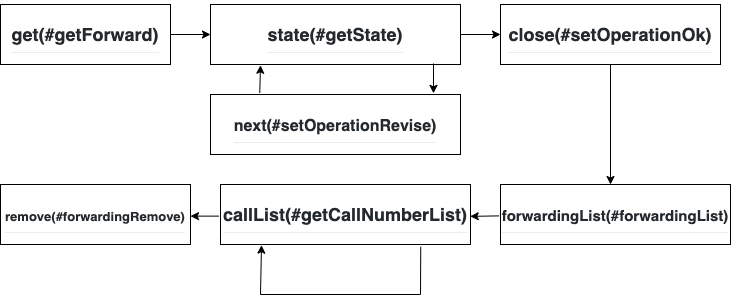
s00d/onlinesim-php-api keeps this draw.io diagram as Diagrams/GetForward.png. Above is the earlier version. Source tidied: cells renumbered, new cells last; positions are measured from the earlier drawing's top-left corner, leaving out a move shared by most shapes.
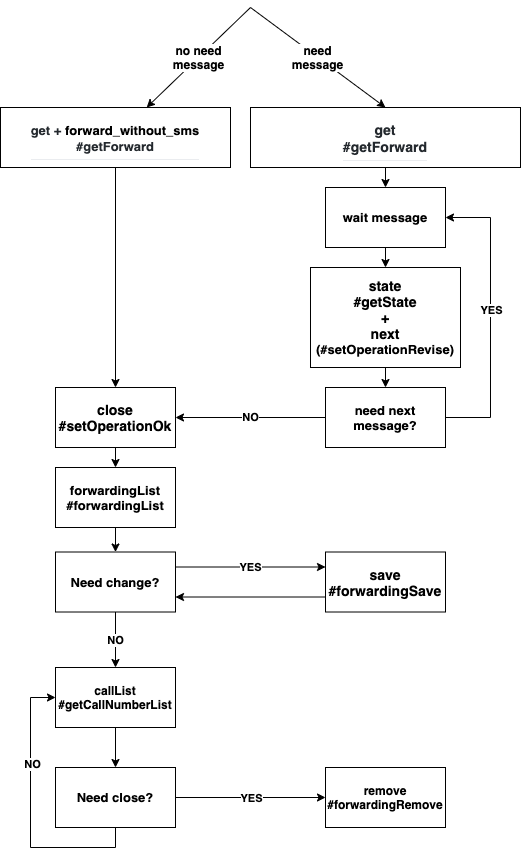
After the commit.

The edit, as a diff of the source:
```diff
@@ -2,67 +2,138 @@
   <root>
     <mxCell id="0" />
     <mxCell id="1" parent="0" />
-    <mxCell id="2" value="&lt;h2 style=&quot;box-sizing: border-box ; margin-top: 24px ; margin-bottom: 16px ; line-height: 1.25 ; padding-bottom: 0.3em ; border-bottom: 1px solid rgb(234 , 236 , 239) ; color: rgb(36 , 41 , 46) ; font-family: , , &amp;#34;segoe ui&amp;#34; , &amp;#34;helvetica&amp;#34; , &amp;#34;arial&amp;#34; , sans-serif , &amp;#34;apple color emoji&amp;#34; , &amp;#34;segoe ui emoji&amp;#34; ; background-color: rgb(255 , 255 , 255)&quot;&gt;get(#getForward)&lt;/h2&gt;" style="rounded=0;whiteSpace=wrap;html=1;" parent="1" vertex="1">
-      <mxGeometry width="170" height="60" as="geometry" />
-    </mxCell>
-    <mxCell id="3" value="&lt;h2 style=&quot;box-sizing: border-box ; margin-top: 24px ; margin-bottom: 16px ; line-height: 1.25 ; padding-bottom: 0.3em ; border-bottom: 1px solid rgb(234 , 236 , 239) ; color: rgb(36 , 41 , 46) ; font-family: , , &amp;#34;segoe ui&amp;#34; , &amp;#34;helvetica&amp;#34; , &amp;#34;arial&amp;#34; , sans-serif , &amp;#34;apple color emoji&amp;#34; , &amp;#34;segoe ui emoji&amp;#34; ; background-color: rgb(255 , 255 , 255)&quot;&gt;state(#getState)&lt;/h2&gt;" style="rounded=0;whiteSpace=wrap;html=1;" parent="1" vertex="1">
-      <mxGeometry x="210" width="250" height="60" as="geometry" />
-    </mxCell>
-    <mxCell id="4" value="&lt;h2 style=&quot;box-sizing: border-box ; margin-top: 24px ; margin-bottom: 16px ; line-height: 1.25 ; padding-bottom: 0.3em ; border-bottom: 1px solid rgb(234 , 236 , 239) ; color: rgb(36 , 41 , 46) ; font-family: , , &amp;#34;segoe ui&amp;#34; , &amp;#34;helvetica&amp;#34; , &amp;#34;arial&amp;#34; , sans-serif , &amp;#34;apple color emoji&amp;#34; , &amp;#34;segoe ui emoji&amp;#34; ; background-color: rgb(255 , 255 , 255)&quot;&gt;close(#setOperationOk)&lt;/h2&gt;" style="rounded=0;whiteSpace=wrap;html=1;" parent="1" vertex="1">
-      <mxGeometry x="500" width="220" height="60" as="geometry" />
-    </mxCell>
-    <mxCell id="5" value="&lt;h2 style=&quot;box-sizing: border-box ; margin-top: 24px ; margin-bottom: 16px ; line-height: 1.25 ; padding-bottom: 0.3em ; border-bottom: 1px solid rgb(234 , 236 , 239) ; color: rgb(36 , 41 , 46) ; background-color: rgb(255 , 255 , 255)&quot;&gt;&lt;font style=&quot;font-size: 16px&quot;&gt;next(#setOperationRevise)&lt;/font&gt;&lt;/h2&gt;" style="rounded=0;whiteSpace=wrap;html=1;" parent="1" vertex="1">
-      <mxGeometry x="210" y="90" width="250" height="60" as="geometry" />
-    </mxCell>
-    <mxCell id="6" style="endArrow=classic;html=1;exitX=0.892;exitY=0.983;exitDx=0;exitDy=0;exitPerimeter=0;entryX=0.892;entryY=-0.019;entryDx=0;entryDy=0;entryPerimeter=0;" parent="1" edge="1" source="3" target="5">
-      <mxGeometry relative="1" as="geometry" />
-    </mxCell>
-    <mxCell id="7" style="endArrow=classic;html=1;exitX=0.197;exitY=-0.029;exitDx=0;exitDy=0;exitPerimeter=0;entryX=0.2;entryY=1.013;entryDx=0;entryDy=0;entryPerimeter=0;" parent="1" edge="1" source="5" target="3">
-      <mxGeometry relative="1" as="geometry" />
-    </mxCell>
-    <mxCell id="8" style="endArrow=classic;html=1;" parent="1" edge="1" source="2">
-      <mxGeometry relative="1" as="geometry">
-        <mxPoint x="210" y="30" as="targetPoint" />
-      </mxGeometry>
-    </mxCell>
-    <mxCell id="9" style="endArrow=classic;html=1;exitX=1;exitY=0.5;exitDx=0;exitDy=0;entryX=0;entryY=0.5;entryDx=0;entryDy=0;" parent="1" edge="1" source="3" target="4">
-      <mxGeometry relative="1" as="geometry" />
-    </mxCell>
-    <mxCell id="10" value="&lt;h2 style=&quot;box-sizing: border-box ; margin-top: 24px ; margin-bottom: 16px ; line-height: 1.25 ; padding-bottom: 0.3em ; border-bottom: 1px solid rgb(234 , 236 , 239) ; color: rgb(36 , 41 , 46) ; font-family: , , &amp;#34;segoe ui&amp;#34; , &amp;#34;helvetica&amp;#34; , &amp;#34;arial&amp;#34; , sans-serif , &amp;#34;apple color emoji&amp;#34; , &amp;#34;segoe ui emoji&amp;#34; ; background-color: rgb(255 , 255 , 255)&quot;&gt;&lt;font style=&quot;font-size: 15px&quot;&gt;forwardingList(#forwardingList)&lt;/font&gt;&lt;/h2&gt;" style="rounded=0;whiteSpace=wrap;html=1;" parent="1" vertex="1">
-      <mxGeometry x="500" y="180" width="230" height="60" as="geometry" />
-    </mxCell>
-    <mxCell id="11" value="&lt;h2 style=&quot;box-sizing: border-box ; margin-top: 24px ; margin-bottom: 16px ; line-height: 1.25 ; padding-bottom: 0.3em ; border-bottom: 1px solid rgb(234 , 236 , 239) ; color: rgb(36 , 41 , 46) ; font-family: , , &amp;#34;segoe ui&amp;#34; , &amp;#34;helvetica&amp;#34; , &amp;#34;arial&amp;#34; , sans-serif , &amp;#34;apple color emoji&amp;#34; , &amp;#34;segoe ui emoji&amp;#34; ; background-color: rgb(255 , 255 , 255)&quot;&gt;callList(#getCallNumberList)&lt;/h2&gt;" style="rounded=0;whiteSpace=wrap;html=1;" parent="1" vertex="1">
-      <mxGeometry x="220" y="180" width="250" height="60" as="geometry" />
-    </mxCell>
-    <mxCell id="12" value="&lt;h2 style=&quot;box-sizing: border-box ; margin-top: 24px ; margin-bottom: 16px ; line-height: 1.25 ; padding-bottom: 0.3em ; border-bottom: 1px solid rgb(234 , 236 , 239) ; color: rgb(36 , 41 , 46) ; font-family: , , &amp;#34;segoe ui&amp;#34; , &amp;#34;helvetica&amp;#34; , &amp;#34;arial&amp;#34; , sans-serif , &amp;#34;apple color emoji&amp;#34; , &amp;#34;segoe ui emoji&amp;#34; ; background-color: rgb(255 , 255 , 255)&quot;&gt;&lt;font style=&quot;font-size: 13px&quot;&gt;remove(#forwardingRemove)&lt;/font&gt;&lt;/h2&gt;" style="rounded=0;whiteSpace=wrap;html=1;" parent="1" vertex="1">
-      <mxGeometry y="180" width="190" height="60" as="geometry" />
-    </mxCell>
-    <mxCell id="13" style="endArrow=classic;html=1;exitX=0.5;exitY=1;exitDx=0;exitDy=0;" parent="1" edge="1" source="4">
-      <mxGeometry relative="1" as="geometry">
-        <mxPoint x="610" y="180" as="targetPoint" />
-      </mxGeometry>
-    </mxCell>
-    <mxCell id="14" style="endArrow=classic;html=1;exitX=-0.006;exitY=0.523;exitDx=0;exitDy=0;exitPerimeter=0;entryX=0.999;entryY=0.531;entryDx=0;entryDy=0;entryPerimeter=0;" parent="1" edge="1" source="10" target="11">
-      <mxGeometry relative="1" as="geometry" />
-    </mxCell>
-    <mxCell id="15" style="endArrow=classic;html=1;exitX=-0.006;exitY=0.527;exitDx=0;exitDy=0;exitPerimeter=0;entryX=1;entryY=0.527;entryDx=0;entryDy=0;entryPerimeter=0;" parent="1" edge="1" source="11" target="12">
-      <mxGeometry relative="1" as="geometry" />
-    </mxCell>
-    <mxCell id="16" style="endArrow=none;html=1;entryX=0.801;entryY=1.039;entryDx=0;entryDy=0;entryPerimeter=0;" parent="1" edge="1" target="11">
-      <mxGeometry relative="1" as="geometry">
-        <mxPoint x="420" y="290" as="sourcePoint" />
-      </mxGeometry>
-    </mxCell>
-    <mxCell id="17" style="endArrow=none;html=1;" parent="1" edge="1">
-      <mxGeometry relative="1" as="geometry">
-        <mxPoint x="260" y="290" as="sourcePoint" />
-        <mxPoint x="420" y="290" as="targetPoint" />
-      </mxGeometry>
-    </mxCell>
-    <mxCell id="18" style="endArrow=classic;html=1;entryX=0.164;entryY=1.011;entryDx=0;entryDy=0;entryPerimeter=0;" parent="1" edge="1" target="11">
-      <mxGeometry relative="1" as="geometry">
-        <mxPoint x="260" y="290" as="sourcePoint" />
-      </mxGeometry>
-    </mxCell>
+    <mxCell id="19" value="&lt;h3 style=&quot;box-sizing: border-box ; margin-top: 24px ; margin-bottom: 16px ; line-height: 1.25 ; padding-bottom: 0.3em ; border-bottom: 1px solid rgb(234 , 236 , 239) ; background-color: rgb(255 , 255 , 255)&quot;&gt;&lt;font color=&quot;#24292e&quot;&gt;get&lt;br&gt;&lt;/font&gt;&lt;font color=&quot;#24292e&quot;&gt;#getForward&lt;/font&gt;&lt;/h3&gt;" style="rounded=0;whiteSpace=wrap;html=1;" parent="1" vertex="1">
+      <mxGeometry x="380" y="-90" width="270" height="60" as="geometry" />
+    </mxCell>
+    <mxCell id="20" value="&lt;b style=&quot;font-size: 12px&quot;&gt;need&lt;br&gt;message&lt;/b&gt;" style="endArrow=classic;html=1;entryX=0.5;entryY=0;entryDx=0;entryDy=0;" parent="1" edge="1" target="19">
+      <mxGeometry relative="1" as="geometry">
+        <mxPoint x="380" y="-190" as="sourcePoint" />
+      </mxGeometry>
+    </mxCell>
+    <mxCell id="21" value="&lt;h3 style=&quot;box-sizing: border-box ; margin-top: 24px ; margin-bottom: 16px ; line-height: 1.25 ; padding-bottom: 0.3em ; border-bottom: 1px solid rgb(234 , 236 , 239) ; background-color: rgb(255 , 255 , 255) ; font-size: 13px&quot;&gt;&lt;font color=&quot;#24292e&quot; style=&quot;font-size: 13px&quot;&gt;get +&amp;nbsp;&lt;/font&gt;forward_without_sms&lt;font color=&quot;#24292e&quot; style=&quot;font-size: 13px&quot;&gt;&lt;br&gt;&lt;/font&gt;&lt;font color=&quot;#24292e&quot; style=&quot;font-size: 13px&quot;&gt;#getForward&lt;/font&gt;&lt;/h3&gt;" style="rounded=0;whiteSpace=wrap;html=1;" parent="1" vertex="1">
+      <mxGeometry x="130" y="-90" width="230" height="60" as="geometry" />
+    </mxCell>
+    <mxCell id="22" value="&lt;b style=&quot;font-size: 12px&quot;&gt;no need&lt;br&gt;message&lt;/b&gt;" style="endArrow=classic;html=1;" parent="1" edge="1" target="21">
+      <mxGeometry relative="1" as="geometry">
+        <mxPoint x="380" y="-190" as="sourcePoint" />
+      </mxGeometry>
+    </mxCell>
+    <mxCell id="23" value="&lt;b&gt;&lt;font style=&quot;font-size: 14px&quot;&gt;close #setOperationOk&lt;/font&gt;&lt;/b&gt;" style="rounded=0;whiteSpace=wrap;html=1;" parent="1" vertex="1">
+      <mxGeometry x="185" y="190" width="120" height="60" as="geometry" />
+    </mxCell>
+    <mxCell id="24" style="endArrow=classic;html=1;entryX=0.5;entryY=0;entryDx=0;entryDy=0;exitX=0.5;exitY=1;exitDx=0;exitDy=0;" parent="1" edge="1" source="21" target="23">
+      <mxGeometry relative="1" as="geometry" />
+    </mxCell>
+    <mxCell id="25" value="&lt;b&gt;&lt;span style=&quot;font-size: 14px&quot;&gt;state&lt;/span&gt;&lt;br&gt;&lt;span style=&quot;font-size: 14px&quot;&gt;#getState&lt;/span&gt;&lt;br&gt;&lt;span style=&quot;font-size: 14px&quot;&gt;+&lt;/span&gt;&lt;br&gt;&lt;span style=&quot;font-size: 14px&quot;&gt;next&lt;br&gt;&lt;/span&gt;&lt;font style=&quot;font-size: 13px&quot;&gt;(#setOperationRevise)&lt;/font&gt;&lt;/b&gt;" style="rounded=0;whiteSpace=wrap;html=1;" parent="1" vertex="1">
+      <mxGeometry x="440" y="70" width="150" height="100" as="geometry" />
+    </mxCell>
+    <mxCell id="26" style="endArrow=classic;html=1;exitX=0.5;exitY=1;exitDx=0;exitDy=0;entryX=0.5;entryY=0;entryDx=0;entryDy=0;" parent="1" edge="1" source="25" target="27">
+      <mxGeometry relative="1" as="geometry" />
+    </mxCell>
+    <mxCell id="27" value="&lt;b&gt;&lt;font style=&quot;font-size: 13px&quot;&gt;need next message?&lt;/font&gt;&lt;/b&gt;" style="rounded=0;whiteSpace=wrap;html=1;" parent="1" vertex="1">
+      <mxGeometry x="455" y="190" width="120" height="60" as="geometry" />
+    </mxCell>
+    <mxCell id="28" style="endArrow=none;html=1;exitX=1;exitY=0.5;exitDx=0;exitDy=0;" parent="1" edge="1" source="27">
+      <mxGeometry relative="1" as="geometry">
+        <mxPoint x="620" y="220" as="targetPoint" />
+      </mxGeometry>
+    </mxCell>
+    <mxCell id="29" style="endArrow=none;html=1;" parent="1" edge="1">
+      <mxGeometry relative="1" as="geometry">
+        <mxPoint x="620" y="220" as="sourcePoint" />
+        <mxPoint x="620" y="20" as="targetPoint" />
+      </mxGeometry>
+    </mxCell>
+    <mxCell id="30" value="&lt;b&gt;YES&lt;/b&gt;" style="edgeLabel;html=1;align=center;verticalAlign=middle;" parent="29" vertex="1">
+      <mxGeometry x="0.11" relative="1" as="geometry">
+        <mxPoint y="3" as="offset" />
+      </mxGeometry>
+    </mxCell>
+    <mxCell id="31" style="endArrow=classic;html=1;entryX=1;entryY=0.5;entryDx=0;entryDy=0;" parent="1" edge="1" target="32">
+      <mxGeometry relative="1" as="geometry">
+        <mxPoint x="620" y="20" as="sourcePoint" />
+      </mxGeometry>
+    </mxCell>
+    <mxCell id="32" value="&lt;span style=&quot;background-color: rgb(255 , 255 , 255)&quot;&gt;&lt;b&gt;&lt;font style=&quot;font-size: 13px&quot;&gt;wait message&lt;/font&gt;&lt;/b&gt;&lt;/span&gt;" style="rounded=0;whiteSpace=wrap;html=1;" parent="1" vertex="1">
+      <mxGeometry x="455" y="-10" width="120" height="60" as="geometry" />
+    </mxCell>
+    <mxCell id="33" style="endArrow=classic;html=1;exitX=0.5;exitY=1;exitDx=0;exitDy=0;entryX=0.5;entryY=0;entryDx=0;entryDy=0;" parent="1" edge="1" source="19" target="32">
+      <mxGeometry relative="1" as="geometry" />
+    </mxCell>
+    <mxCell id="34" style="endArrow=classic;html=1;exitX=0.5;exitY=1;exitDx=0;exitDy=0;entryX=0.5;entryY=0;entryDx=0;entryDy=0;" parent="1" edge="1" source="32" target="25">
+      <mxGeometry relative="1" as="geometry" />
+    </mxCell>
+    <mxCell id="35" value="&lt;b&gt;NO&lt;/b&gt;" style="endArrow=classic;html=1;entryX=1;entryY=0.5;entryDx=0;entryDy=0;exitX=0;exitY=0.5;exitDx=0;exitDy=0;" parent="1" edge="1" source="27" target="23">
+      <mxGeometry relative="1" as="geometry" />
+    </mxCell>
+    <mxCell id="36" value="&lt;b style=&quot;font-size: 13px&quot;&gt;forwardingList&lt;br&gt;#forwardingList&lt;/b&gt;" style="rounded=0;whiteSpace=wrap;html=1;" parent="1" vertex="1">
+      <mxGeometry x="185" y="270" width="120" height="60" as="geometry" />
+    </mxCell>
+    <mxCell id="37" style="endArrow=classic;html=1;exitX=0.5;exitY=1;exitDx=0;exitDy=0;entryX=0.5;entryY=0;entryDx=0;entryDy=0;" parent="1" edge="1" source="23" target="36">
+      <mxGeometry relative="1" as="geometry" />
+    </mxCell>
+    <mxCell id="38" value="&lt;b&gt;&lt;font style=&quot;font-size: 13px&quot;&gt;Need change?&lt;/font&gt;&lt;/b&gt;" style="rounded=0;whiteSpace=wrap;html=1;" parent="1" vertex="1">
+      <mxGeometry x="185" y="354.5" width="120" height="60" as="geometry" />
+    </mxCell>
+    <mxCell id="39" value="&lt;b style=&quot;font-size: 14px&quot;&gt;save&lt;br&gt;#forwardingSave&lt;/b&gt;" style="rounded=0;whiteSpace=wrap;html=1;" parent="1" vertex="1">
+      <mxGeometry x="455" y="354.5" width="120" height="60" as="geometry" />
+    </mxCell>
+    <mxCell id="40" style="endArrow=classic;html=1;exitX=0.5;exitY=1;exitDx=0;exitDy=0;entryX=0.5;entryY=0;entryDx=0;entryDy=0;" parent="1" edge="1" source="36" target="38">
+      <mxGeometry relative="1" as="geometry" />
+    </mxCell>
+    <mxCell id="41" value="&lt;b&gt;YES&lt;/b&gt;" style="endArrow=classic;html=1;exitX=1;exitY=0.25;exitDx=0;exitDy=0;entryX=0;entryY=0.25;entryDx=0;entryDy=0;" parent="1" edge="1" source="38" target="39">
+      <mxGeometry relative="1" as="geometry" />
+    </mxCell>
+    <mxCell id="42" value="&lt;b&gt;callList&lt;br&gt;#getCallNumberList&lt;/b&gt;" style="rounded=0;whiteSpace=wrap;html=1;" parent="1" vertex="1">
+      <mxGeometry x="185" y="470" width="120" height="60" as="geometry" />
+    </mxCell>
+    <mxCell id="43" value="&lt;b&gt;NO&lt;/b&gt;" style="endArrow=classic;html=1;exitX=0.5;exitY=1;exitDx=0;exitDy=0;entryX=0.5;entryY=0;entryDx=0;entryDy=0;" parent="1" edge="1" source="38" target="42">
+      <mxGeometry relative="1" as="geometry" />
+    </mxCell>
+    <mxCell id="44" style="endArrow=classic;html=1;exitX=0;exitY=0.75;exitDx=0;exitDy=0;entryX=1;entryY=0.75;entryDx=0;entryDy=0;" parent="1" edge="1" source="39" target="38">
+      <mxGeometry relative="1" as="geometry" />
+    </mxCell>
+    <mxCell id="45" value="&lt;b&gt;&lt;font style=&quot;font-size: 13px&quot;&gt;Need close?&lt;/font&gt;&lt;/b&gt;" style="rounded=0;whiteSpace=wrap;html=1;" parent="1" vertex="1">
+      <mxGeometry x="185" y="570" width="120" height="60" as="geometry" />
+    </mxCell>
+    <mxCell id="46" style="endArrow=classic;html=1;exitX=0.5;exitY=1;exitDx=0;exitDy=0;entryX=0.5;entryY=0;entryDx=0;entryDy=0;" parent="1" edge="1" source="42" target="45">
+      <mxGeometry relative="1" as="geometry" />
+    </mxCell>
+    <mxCell id="47" style="endArrow=classic;html=1;entryX=0;entryY=0.5;entryDx=0;entryDy=0;" parent="1" edge="1" target="42">
+      <mxGeometry relative="1" as="geometry">
+        <mxPoint x="160" y="500" as="sourcePoint" />
+      </mxGeometry>
+    </mxCell>
+    <mxCell id="48" style="endArrow=none;html=1;" parent="1" edge="1">
+      <mxGeometry relative="1" as="geometry">
+        <mxPoint x="160" y="650" as="sourcePoint" />
+        <mxPoint x="160" y="500" as="targetPoint" />
+      </mxGeometry>
+    </mxCell>
+    <mxCell id="49" value="&lt;b&gt;NO&lt;/b&gt;" style="edgeLabel;html=1;align=center;verticalAlign=middle;" parent="48" vertex="1">
+      <mxGeometry x="0.12" y="-1" relative="1" as="geometry" />
+    </mxCell>
+    <mxCell id="50" style="endArrow=none;html=1;" parent="1" edge="1">
+      <mxGeometry relative="1" as="geometry">
+        <mxPoint x="160" y="650" as="sourcePoint" />
+        <mxPoint x="245" y="650" as="targetPoint" />
+      </mxGeometry>
+    </mxCell>
+    <mxCell id="51" style="endArrow=none;html=1;entryX=0.5;entryY=1;entryDx=0;entryDy=0;" parent="1" edge="1" target="45">
+      <mxGeometry relative="1" as="geometry">
+        <mxPoint x="245" y="650" as="sourcePoint" />
+      </mxGeometry>
+    </mxCell>
+    <mxCell id="52" value="&lt;b&gt;remove #forwardingRemove&lt;/b&gt;" style="rounded=0;whiteSpace=wrap;html=1;" parent="1" vertex="1">
+      <mxGeometry x="455" y="570" width="120" height="60" as="geometry" />
+    </mxCell>
+    <mxCell id="53" style="endArrow=classic;html=1;exitX=1;exitY=0.5;exitDx=0;exitDy=0;entryX=0;entryY=0.5;entryDx=0;entryDy=0;" parent="1" edge="1" source="45" target="52">
+      <mxGeometry relative="1" as="geometry" />
+    </mxCell>
+    <mxCell id="54" value="&lt;b&gt;YES&lt;/b&gt;" style="edgeLabel;html=1;align=center;verticalAlign=middle;" parent="53" vertex="1">
+      <mxGeometry x="-0.15" y="-3" relative="1" as="geometry">
+        <mxPoint x="11" y="-3" as="offset" />
+      </mxGeometry>
+    </mxCell>
   </root>
 </mxGraphModel>
```
